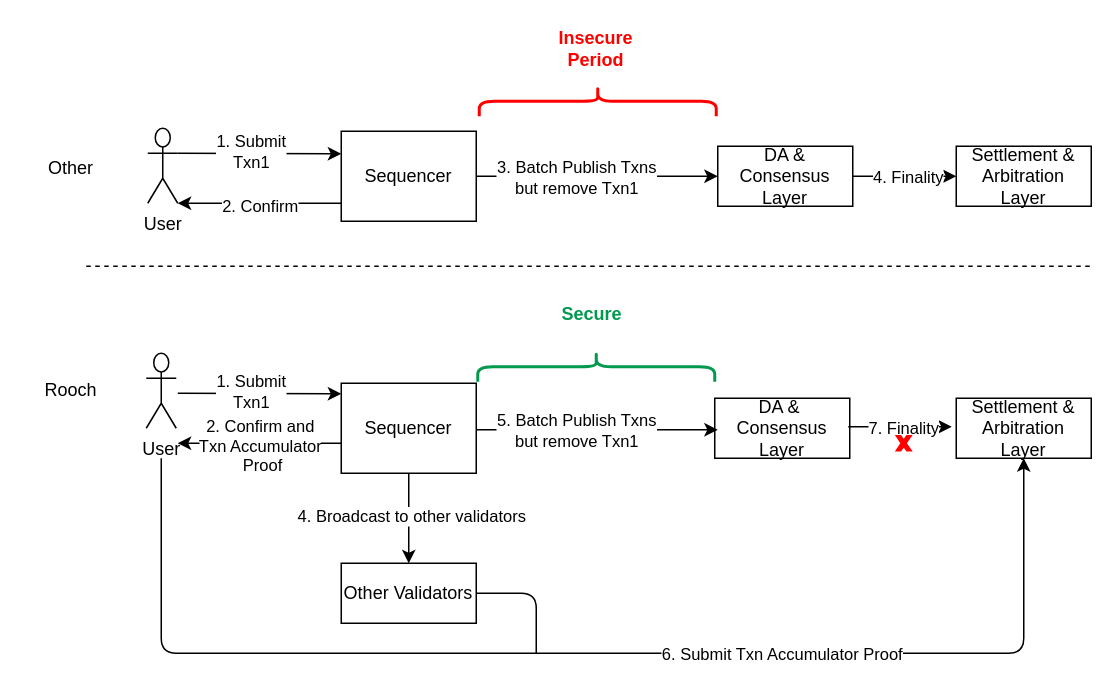
This is page "secure-txn-confirmation" (11 of 11) of static/diagram/rooch.drawio from rooch-network/rooch-network.github.io, a draw.io file, before an edit. Source tidied: cells renumbered, new cells numbered last; positions are measured from the earlier drawing's top-left corner, leaving out a move shared by most shapes. Both pictures are drawn from the tidied source at 150%, with x=0, y=0 at pixel (26, 26).
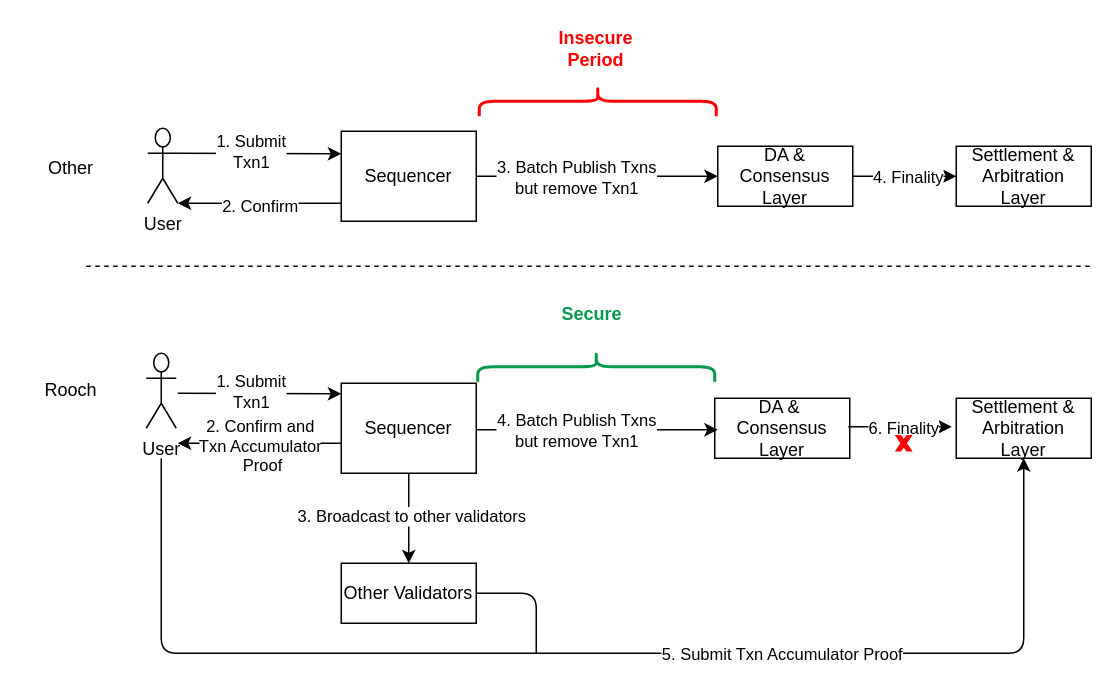
After the change.

The change refers to these unchanged cells:
```xml
<mxCell id="26" style="endArrow=classic;html=1;entryX=0;entryY=0.5;entryDx=0;entryDy=0;exitX=1;exitY=0.5;exitDx=0;exitDy=0;" parent="1" edge="1">
  <mxGeometry relative="1" as="geometry">
    <mxPoint x="300" y="269" as="sourcePoint" />
    <mxPoint x="461" y="269" as="targetPoint" />
  </mxGeometry>
</mxCell>
<mxCell id="28" style="endArrow=classic;html=1;exitX=0.5;exitY=1;exitDx=0;exitDy=0;" parent="1" edge="1" source="8" target="13">
  <mxGeometry relative="1" as="geometry" />
</mxCell>
<mxCell id="32" style="endArrow=classic;html=1;entryX=0;entryY=0.5;entryDx=0;entryDy=0;exitX=1;exitY=0.5;exitDx=0;exitDy=0;" parent="1" edge="1">
  <mxGeometry relative="1" as="geometry">
    <mxPoint x="548" y="267" as="sourcePoint" />
    <mxPoint x="617" y="267" as="targetPoint" />
  </mxGeometry>
</mxCell>
<mxCell id="35" style="edgeStyle=segmentEdgeStyle;endArrow=classic;html=1;fontColor=#000000;entryX=0.5;entryY=1;entryDx=0;entryDy=0;" parent="1" edge="1" target="12">
  <mxGeometry relative="1" as="geometry">
    <mxPoint x="90" y="288" as="sourcePoint" />
    <Array as="points">
      <mxPoint x="90" y="418" />
      <mxPoint x="665" y="418" />
    </Array>
  </mxGeometry>
</mxCell>
```

The edit, as a diff of the source:
```diff
@@
-    <mxCell id="27" value="5. Batch Publish Txns&lt;br&gt;but remove Txn1" style="edgeLabel;html=1;align=center;verticalAlign=middle;" parent="26" vertex="1">
+    <mxCell id="27" value="4. Batch Publish Txns&lt;br&gt;but remove Txn1" style="edgeLabel;html=1;align=center;verticalAlign=middle;" parent="26" vertex="1">
       <mxGeometry x="-0.18" relative="1" as="geometry" />
     </mxCell>
@@
-    <mxCell id="29" value="4. Broadcast to other validators" style="edgeLabel;html=1;align=center;verticalAlign=middle;" parent="28" vertex="1">
+    <mxCell id="29" value="3. Broadcast to other validators" style="edgeLabel;html=1;align=center;verticalAlign=middle;" parent="28" vertex="1">
       <mxGeometry x="-0.07" y="1" relative="1" as="geometry" />
     </mxCell>
@@
-    <mxCell id="33" value="&lt;font color=&quot;#000000&quot;&gt;7. Finality&lt;/font&gt;" style="edgeLabel;html=1;align=center;verticalAlign=middle;fontColor=#FF0000;" parent="32" vertex="1">
+    <mxCell id="33" value="&lt;font color=&quot;#000000&quot;&gt;6. Finality&lt;/font&gt;" style="edgeLabel;html=1;align=center;verticalAlign=middle;fontColor=#FF0000;" parent="32" vertex="1">
       <mxGeometry x="0.04" relative="1" as="geometry" />
     </mxCell>
@@
-    <mxCell id="36" value="6. Submit Txn Accumulator Proof" style="edgeLabel;html=1;align=center;verticalAlign=middle;fontColor=#000000;" parent="35" vertex="1">
+    <mxCell id="36" value="5. Submit Txn Accumulator Proof" style="edgeLabel;html=1;align=center;verticalAlign=middle;fontColor=#000000;" parent="35" vertex="1">
       <mxGeometry x="0.3" relative="1" as="geometry" />
     </mxCell>
```
